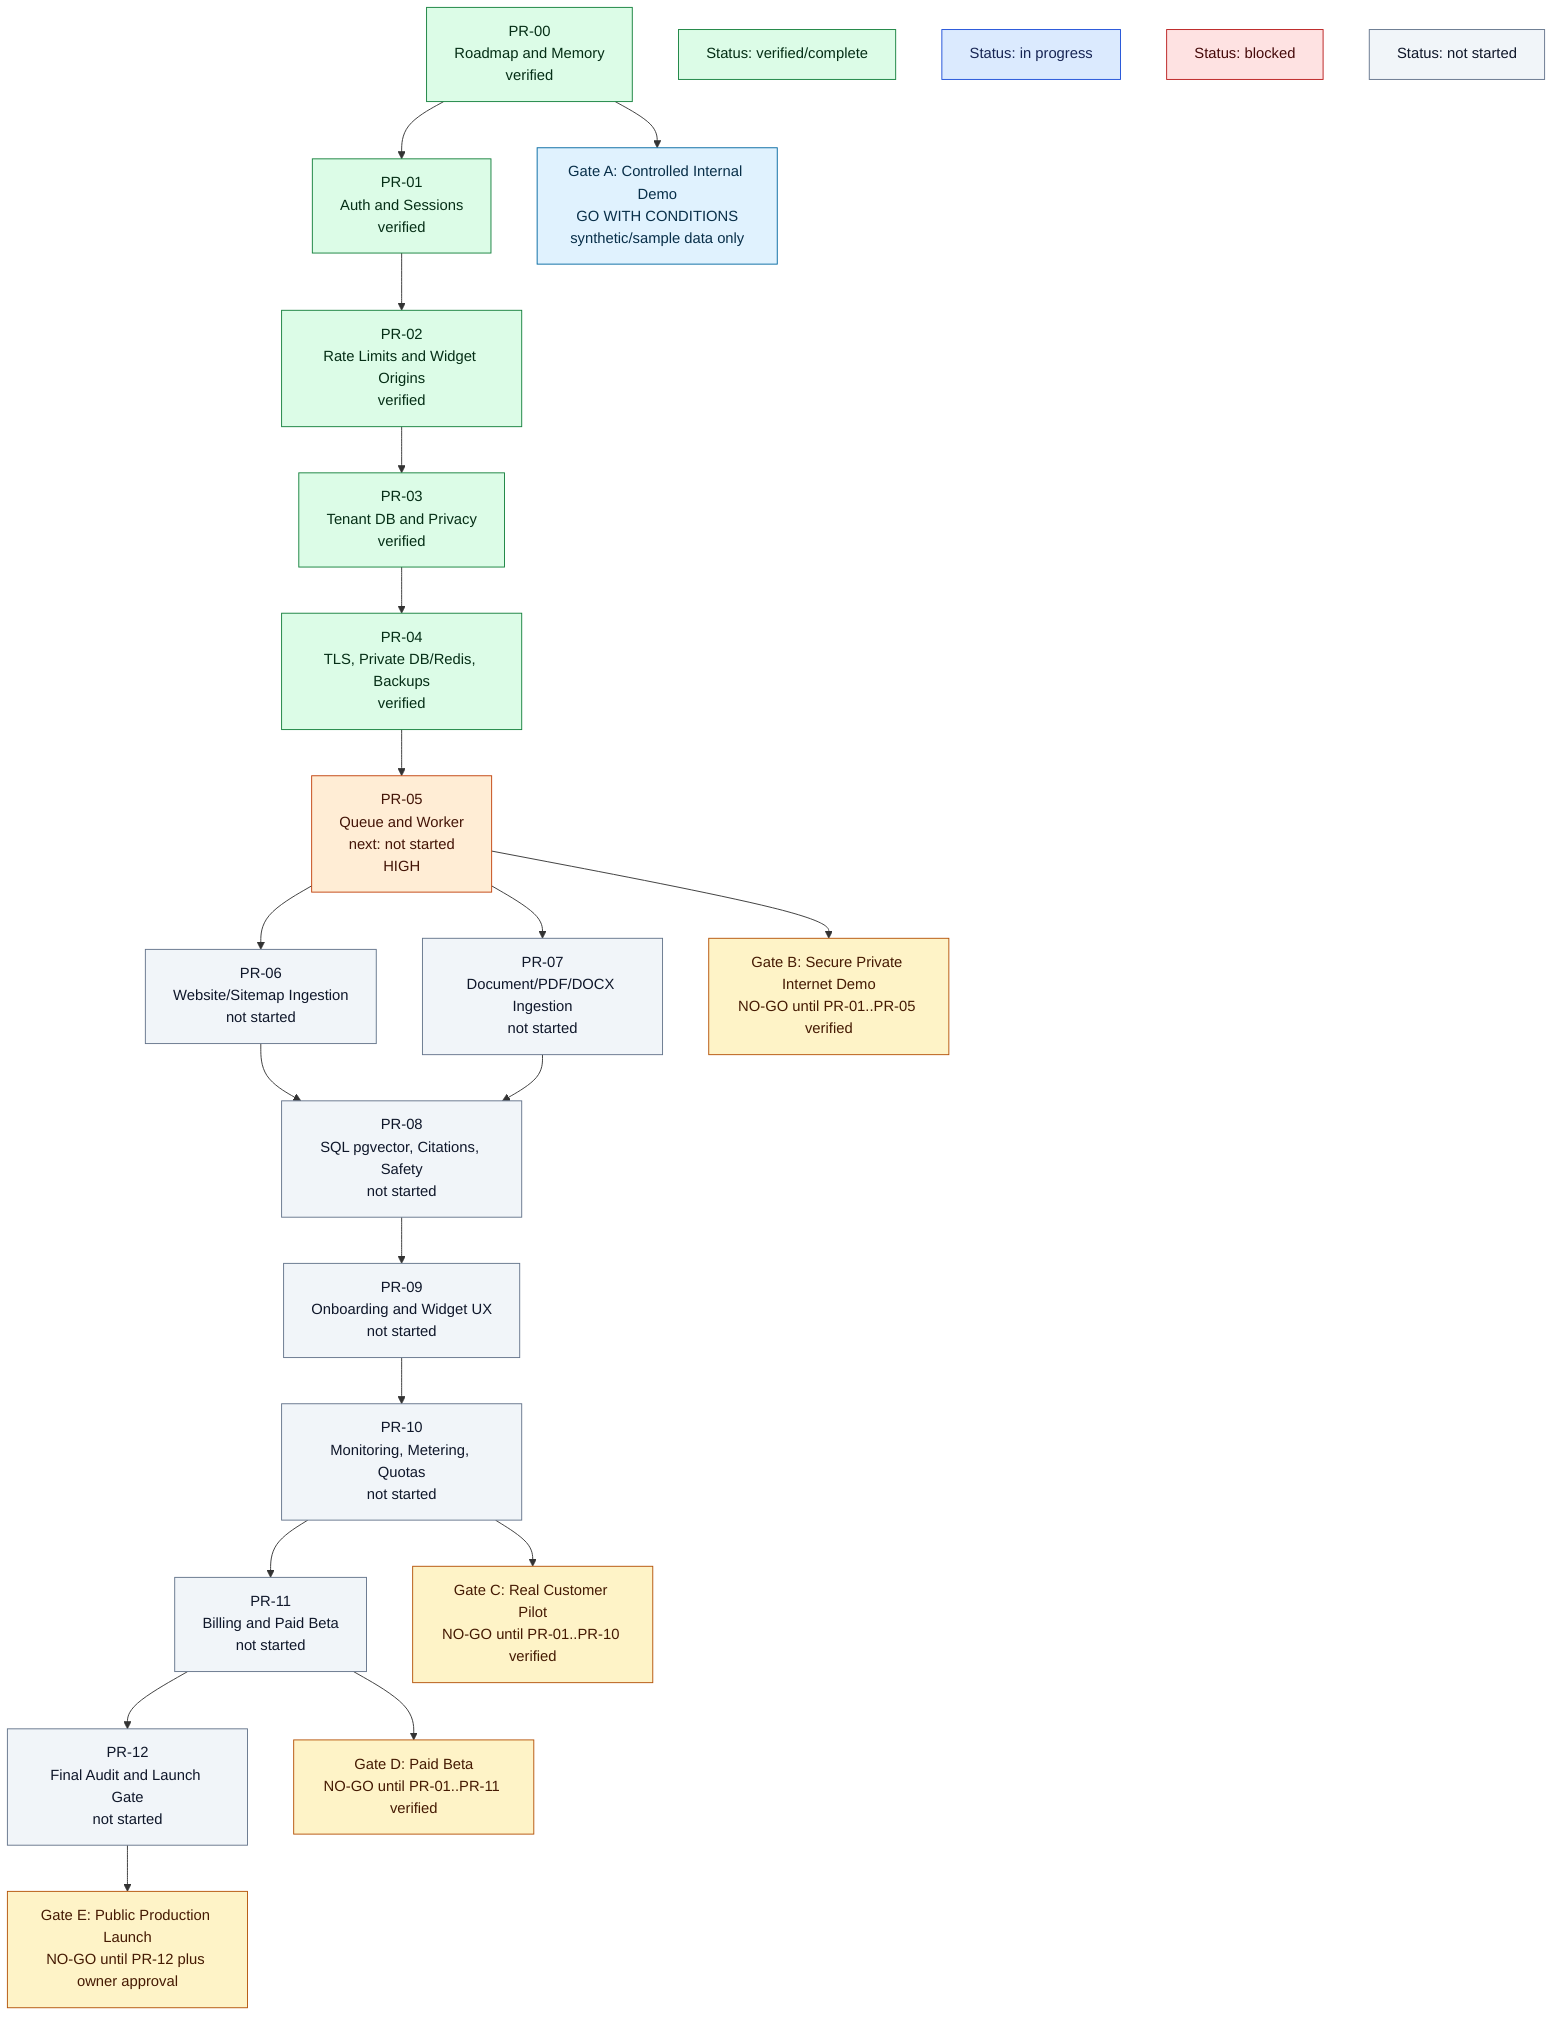
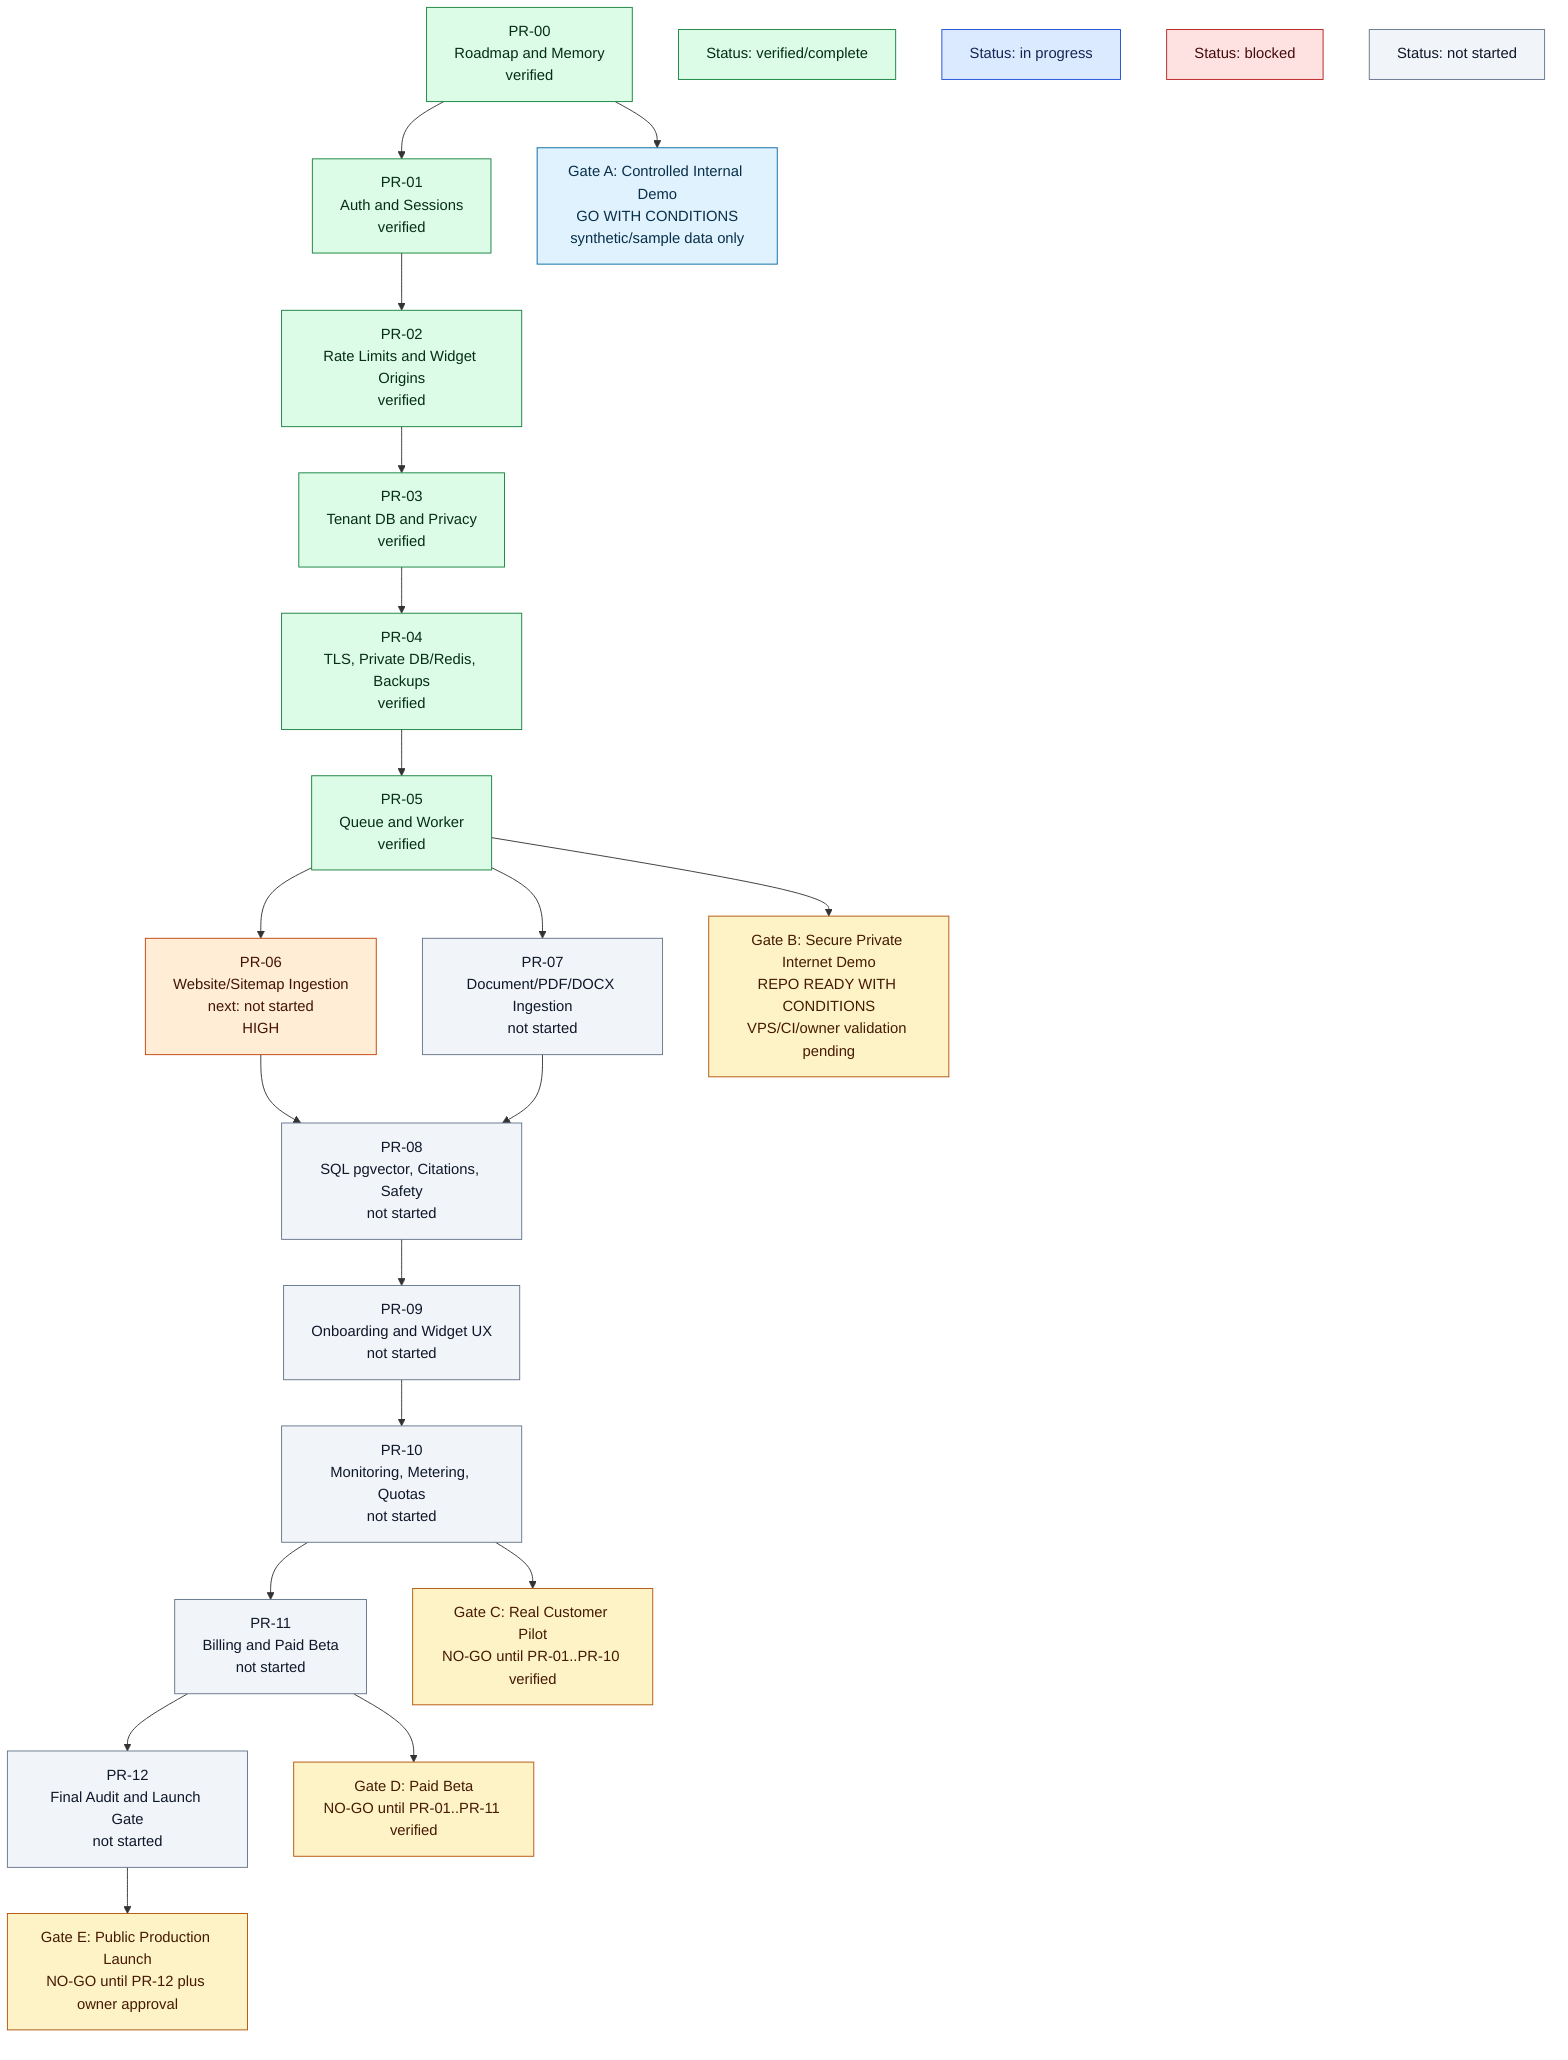
flowchart TB
    PR00["PR-00<br/>Roadmap and Memory<br/>verified"]
    PR01["PR-01<br/>Auth and Sessions<br/>verified"]
    PR02["PR-02<br/>Rate Limits and Widget Origins<br/>verified"]
    PR03["PR-03<br/>Tenant DB and Privacy<br/>verified"]
    PR04["PR-04<br/>TLS, Private DB/Redis, Backups<br/>verified"]
-     PR05["PR-05<br/>Queue and Worker<br/>next: not started<br/>HIGH"]
-     PR06["PR-06<br/>Website/Sitemap Ingestion<br/>not started"]
+     PR05["PR-05<br/>Queue and Worker<br/>verified"]
+     PR06["PR-06<br/>Website/Sitemap Ingestion<br/>next: not started<br/>HIGH"]
    PR07["PR-07<br/>Document/PDF/DOCX Ingestion<br/>not started"]
    PR08["PR-08<br/>SQL pgvector, Citations, Safety<br/>not started"]
    PR09["PR-09<br/>Onboarding and Widget UX<br/>not started"]
    PR10["PR-10<br/>Monitoring, Metering, Quotas<br/>not started"]
    PR11["PR-11<br/>Billing and Paid Beta<br/>not started"]
    PR12["PR-12<br/>Final Audit and Launch Gate<br/>not started"]

    GateA["Gate A: Controlled Internal Demo<br/>GO WITH CONDITIONS<br/>synthetic/sample data only"]
-     GateB["Gate B: Secure Private Internet Demo<br/>NO-GO until PR-01..PR-05 verified"]
+     GateB["Gate B: Secure Private Internet Demo<br/>REPO READY WITH CONDITIONS<br/>VPS/CI/owner validation pending"]
    GateC["Gate C: Real Customer Pilot<br/>NO-GO until PR-01..PR-10 verified"]
    GateD["Gate D: Paid Beta<br/>NO-GO until PR-01..PR-11 verified"]
    GateE["Gate E: Public Production Launch<br/>NO-GO until PR-12 plus owner approval"]
    LegendVerified["Status: verified/complete"]
    LegendProgress["Status: in progress"]
    LegendBlocked["Status: blocked"]
    LegendPending["Status: not started"]

    PR00 --> PR01 --> PR02 --> PR03 --> PR04 --> PR05
    PR05 --> PR06
    PR05 --> PR07
    PR06 --> PR08
    PR07 --> PR08
    PR08 --> PR09 --> PR10 --> PR11 --> PR12
    PR00 --> GateA
    PR05 --> GateB
    PR10 --> GateC
    PR11 --> GateD
    PR12 --> GateE

    classDef verified fill:#dcfce7,stroke:#15803d,color:#052e16
    classDef inProgress fill:#dbeafe,stroke:#1d4ed8,color:#172554
    classDef blocked fill:#fee2e2,stroke:#b91c1c,color:#450a0a
    classDef critical fill:#fee2e2,stroke:#b91c1c,color:#450a0a
    classDef high fill:#ffedd5,stroke:#c2410c,color:#431407
    classDef pending fill:#f1f5f9,stroke:#64748b,color:#0f172a
    classDef gateOk fill:#e0f2fe,stroke:#0369a1,color:#082f49
    classDef gateNo fill:#fef3c7,stroke:#b45309,color:#451a03

-     class PR00,PR01,PR02,PR03,PR04 verified
-     class PR05 high
-     class PR06,PR07,PR08,PR09,PR10,PR11,PR12 pending
+     class PR00,PR01,PR02,PR03,PR04,PR05 verified
+     class PR06 high
+     class PR07,PR08,PR09,PR10,PR11,PR12 pending
    class GateA gateOk
    class GateB,GateC,GateD,GateE gateNo
    class LegendVerified verified
    class LegendProgress inProgress
    class LegendBlocked blocked
    class LegendPending pending
